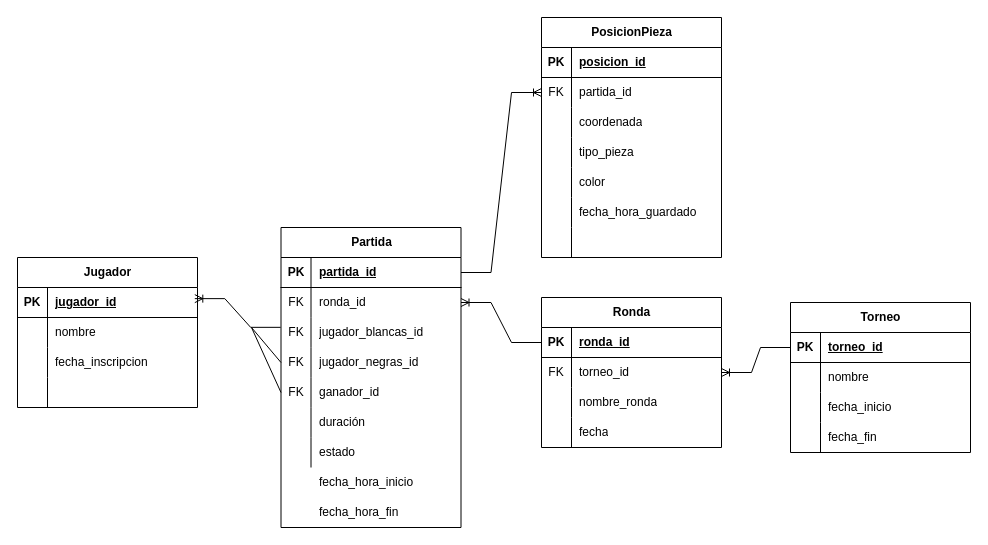
rubenhs9/Concurso-Ajedrez keeps this draw.io diagram as page "Diagrama-Relacional" (2 of 2) of Analisis/Diagrama-ER.drawio. Above is the earlier version. Source tidied: cells renumbered, new cells numbered last; positions are measured from the earlier drawing's top-left corner, leaving out a move shared by most shapes. Both pictures are drawn from the tidied source at 100%, with x=0, y=0 at pixel (17, 17).
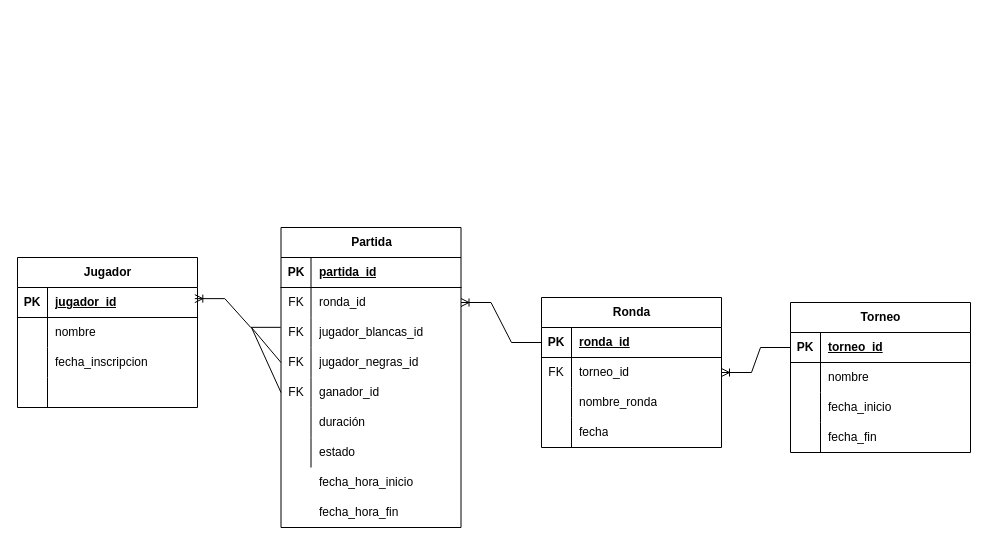
The same diagram, later.

The change refers to these unchanged cells:
```xml
<mxCell id="3" style="shape=tableRow;horizontal=0;startSize=0;swimlaneHead=0;swimlaneBody=0;fillColor=none;points=[[0,0.5],[1,0.5]];portConstraint=eastwest;top=0;left=0;right=0;bottom=1;" parent="2" vertex="1">
  <mxGeometry y="30" width="180" height="30" as="geometry" />
</mxCell>
```

The edit, as a diff of the source:
```diff
@@
-    <mxCell id="65" value="PosicionPieza" style="shape=table;startSize=30;childLayout=tableLayout;rowLines=0;fontStyle=1;align=center;html=1;" parent="1" vertex="1">
-      <mxGeometry x="524" width="180" height="240" as="geometry" />
-    </mxCell>
-    <mxCell id="66" style="shape=tableRow;horizontal=0;startSize=0;swimlaneHead=0;swimlaneBody=0;fillColor=none;top=0;left=0;right=0;bottom=1;" parent="65" vertex="1">
-      <mxGeometry y="30" width="180" height="30" as="geometry" />
-    </mxCell>
-    <mxCell id="67" value="PK" style="shape=partialRectangle;fillColor=none;top=0;left=0;bottom=0;right=0;fontStyle=1;overflow=hidden;whiteSpace=wrap;html=1;" parent="66" vertex="1">
-      <mxGeometry width="30" height="30" as="geometry" />
-    </mxCell>
-    <mxCell id="68" value="posicion_id" style="shape=partialRectangle;fillColor=none;top=0;left=0;bottom=0;right=0;align=left;spacingLeft=6;fontStyle=5;overflow=hidden;whiteSpace=wrap;html=1;" parent="66" vertex="1">
-      <mxGeometry x="30" width="150" height="30" as="geometry" />
-    </mxCell>
-    <mxCell id="69" style="shape=tableRow;horizontal=0;startSize=0;swimlaneHead=0;swimlaneBody=0;fillColor=none;points=[[0,0.5],[1,0.5]];portConstraint=eastwest;top=0;left=0;right=0;bottom=0;" parent="65" vertex="1">
-      <mxGeometry y="60" width="180" height="30" as="geometry" />
-    </mxCell>
-    <mxCell id="70" value="FK" style="shape=partialRectangle;fillColor=none;top=0;left=0;bottom=0;right=0;overflow=hidden;whiteSpace=wrap;html=1;" parent="69" vertex="1">
-      <mxGeometry width="30" height="30" as="geometry" />
-    </mxCell>
-    <mxCell id="71" value="partida_id" style="shape=partialRectangle;fillColor=none;top=0;left=0;bottom=0;right=0;align=left;spacingLeft=6;overflow=hidden;whiteSpace=wrap;html=1;" parent="69" vertex="1">
-      <mxGeometry x="30" width="150" height="30" as="geometry" />
-    </mxCell>
-    <mxCell id="72" style="shape=tableRow;horizontal=0;startSize=0;swimlaneHead=0;swimlaneBody=0;fillColor=none;top=0;left=0;right=0;bottom=0;" parent="65" vertex="1">
-      <mxGeometry y="90" width="180" height="30" as="geometry" />
-    </mxCell>
-    <mxCell id="73" style="shape=partialRectangle;fillColor=none;top=0;left=0;bottom=0;right=0;overflow=hidden;whiteSpace=wrap;html=1;" parent="72" vertex="1">
-      <mxGeometry width="30" height="30" as="geometry" />
-    </mxCell>
-    <mxCell id="74" value="coordenada" style="shape=partialRectangle;fillColor=none;top=0;left=0;bottom=0;right=0;align=left;spacingLeft=6;overflow=hidden;whiteSpace=wrap;html=1;" parent="72" vertex="1">
-      <mxGeometry x="30" width="150" height="30" as="geometry" />
-    </mxCell>
-    <mxCell id="75" style="shape=tableRow;horizontal=0;startSize=0;swimlaneHead=0;swimlaneBody=0;fillColor=none;top=0;left=0;right=0;bottom=0;" parent="65" vertex="1">
-      <mxGeometry y="120" width="180" height="30" as="geometry" />
-    </mxCell>
-    <mxCell id="76" style="shape=partialRectangle;fillColor=none;top=0;left=0;bottom=0;right=0;overflow=hidden;whiteSpace=wrap;html=1;" parent="75" vertex="1">
-      <mxGeometry width="30" height="30" as="geometry" />
-    </mxCell>
-    <mxCell id="77" value="tipo_pieza" style="shape=partialRectangle;fillColor=none;top=0;left=0;bottom=0;right=0;align=left;spacingLeft=6;overflow=hidden;whiteSpace=wrap;html=1;" parent="75" vertex="1">
-      <mxGeometry x="30" width="150" height="30" as="geometry" />
-    </mxCell>
-    <mxCell id="78" style="shape=tableRow;horizontal=0;startSize=0;swimlaneHead=0;swimlaneBody=0;fillColor=none;top=0;left=0;right=0;bottom=0;" parent="65" vertex="1">
-      <mxGeometry y="150" width="180" height="30" as="geometry" />
-    </mxCell>
-    <mxCell id="79" style="shape=partialRectangle;fillColor=none;top=0;left=0;bottom=0;right=0;overflow=hidden;whiteSpace=wrap;html=1;" parent="78" vertex="1">
-      <mxGeometry width="30" height="30" as="geometry" />
-    </mxCell>
-    <mxCell id="80" value="color" style="shape=partialRectangle;fillColor=none;top=0;left=0;bottom=0;right=0;align=left;spacingLeft=6;overflow=hidden;whiteSpace=wrap;html=1;" parent="78" vertex="1">
-      <mxGeometry x="30" width="150" height="30" as="geometry" />
-    </mxCell>
-    <mxCell id="81" style="shape=tableRow;horizontal=0;startSize=0;swimlaneHead=0;swimlaneBody=0;fillColor=none;top=0;left=0;right=0;bottom=0;" parent="65" vertex="1">
-      <mxGeometry y="180" width="180" height="30" as="geometry" />
-    </mxCell>
-    <mxCell id="82" style="shape=partialRectangle;fillColor=none;top=0;left=0;bottom=0;right=0;overflow=hidden;whiteSpace=wrap;html=1;" parent="81" vertex="1">
-      <mxGeometry width="30" height="30" as="geometry" />
-    </mxCell>
-    <mxCell id="83" value="fecha_hora_guardado" style="shape=partialRectangle;fillColor=none;top=0;left=0;bottom=0;right=0;align=left;spacingLeft=6;overflow=hidden;whiteSpace=wrap;html=1;" parent="81" vertex="1">
-      <mxGeometry x="30" width="150" height="30" as="geometry" />
-    </mxCell>
-    <mxCell id="84" style="shape=tableRow;horizontal=0;startSize=0;swimlaneHead=0;swimlaneBody=0;fillColor=none;top=0;left=0;right=0;bottom=0;" parent="65" vertex="1">
-      <mxGeometry y="210" width="180" height="30" as="geometry" />
-    </mxCell>
-    <mxCell id="85" style="shape=partialRectangle;fillColor=none;top=0;left=0;bottom=0;right=0;overflow=hidden;whiteSpace=wrap;html=1;" parent="84" vertex="1">
-      <mxGeometry width="30" height="30" as="geometry" />
-    </mxCell>
-    <mxCell id="86" style="shape=partialRectangle;fillColor=none;top=0;left=0;bottom=0;right=0;align=left;spacingLeft=6;overflow=hidden;whiteSpace=wrap;html=1;" parent="84" vertex="1">
-      <mxGeometry x="30" width="150" height="30" as="geometry" />
-    </mxCell>
@@
-    <mxCell id="92" style="edgeStyle=entityRelationEdgeStyle;fontSize=12;html=1;endArrow=ERoneToMany;rounded=0;exitX=1;exitY=0.5;exitDx=0;exitDy=0;" parent="1" edge="1" source="3" target="69">
-      <mxGeometry relative="1" as="geometry" />
-    </mxCell>
```
